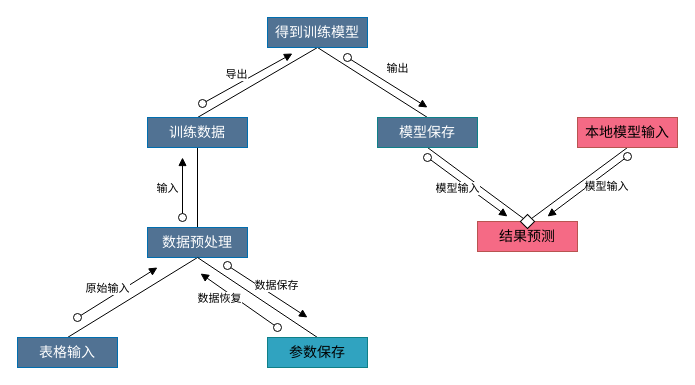
Before: 总体设计.drawio in WhItEG-bit/Fagucity, a draw.io diagram. Source tidied: cells renumbered, new cells numbered last; positions are measured from the earlier drawing's top-left corner, leaving out a move shared by most shapes. Both pictures are drawn from the tidied source at 100%, with x=0, y=0 at pixel (17, 17).
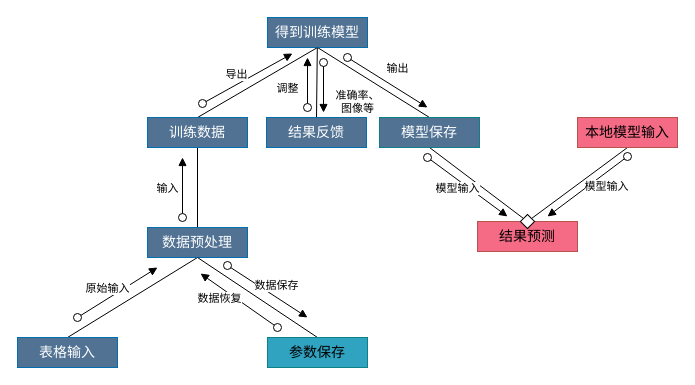
After the change.

Commit message (it also covers changes not shown here):
更新总体设计.drawio

Unchanged cells that the change refers to:
```xml
<mxCell id="11" value="&lt;span style=&quot;font-size: 14px;&quot;&gt;得到训练模型&lt;/span&gt;" style="rounded=0;whiteSpace=wrap;html=1;fillColor=#517293;fontColor=#ffffff;strokeColor=#006EAF;" parent="1" vertex="1">
  <mxGeometry x="250" width="100" height="30" as="geometry" />
</mxCell>
```

Change to the diagram source:
```diff
@@
     <mxCell id="18" value="&lt;span style=&quot;font-size: 14px;&quot;&gt;&lt;font color=&quot;#ffffff&quot;&gt;模型保存&lt;/font&gt;&lt;/span&gt;" style="rounded=0;whiteSpace=wrap;html=1;fillColor=#517293;strokeColor=#0e8088;" parent="1" vertex="1">
-      <mxGeometry x="360" y="100" width="100" height="30" as="geometry" />
+      <mxGeometry x="362" y="100" width="100" height="30" as="geometry" />
     </mxCell>
@@
+    <mxCell id="27" style="edgeStyle=none;rounded=0;jettySize=auto;html=1;exitX=0.5;exitY=0;exitDx=0;exitDy=0;fontSize=14;fontColor=#FFFFFF;startArrow=none;startFill=0;endArrow=none;endFill=0;strokeColor=default;" parent="1" edge="1" source="28" target="11">
+      <mxGeometry relative="1" as="geometry" />
+    </mxCell>
+    <mxCell id="28" value="&lt;span style=&quot;font-size: 14px;&quot;&gt;结果反馈&lt;/span&gt;" style="rounded=0;whiteSpace=wrap;html=1;fillColor=#517293;fontColor=#ffffff;strokeColor=#006EAF;" parent="1" vertex="1">
+      <mxGeometry x="249" y="100" width="100" height="30" as="geometry" />
+    </mxCell>
+    <mxCell id="29" value="准确率、&lt;br&gt;图像等" style="html=1;verticalAlign=bottom;startArrow=oval;startFill=0;endArrow=block;startSize=8;rounded=0;strokeColor=default;" parent="1" edge="1">
+      <mxGeometry x="1" y="34" relative="1" as="geometry">
+        <mxPoint x="306" y="45" as="sourcePoint" />
+        <mxPoint x="306" y="95" as="targetPoint" />
+        <mxPoint y="5" as="offset" />
+      </mxGeometry>
+    </mxCell>
+    <mxCell id="30" value="调整" style="html=1;verticalAlign=bottom;startArrow=oval;startFill=0;endArrow=block;startSize=8;rounded=0;strokeColor=default;" parent="1" edge="1">
+      <mxGeometry x="-0.6" y="20" relative="1" as="geometry">
+        <mxPoint x="290" y="90" as="sourcePoint" />
+        <mxPoint x="290" y="40" as="targetPoint" />
+      </mxGeometry>
+    </mxCell>
```
